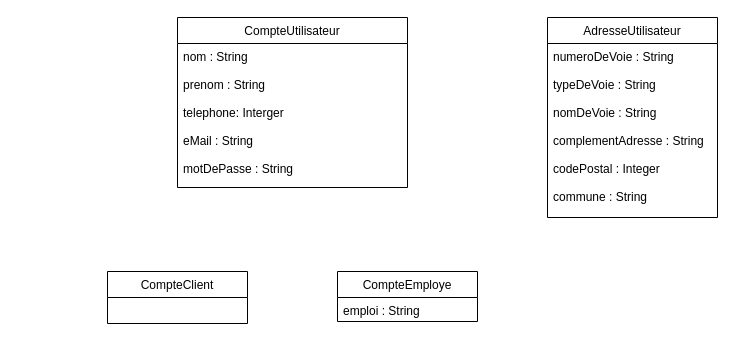
Above: Untitled Diagram TACHE 2.drawio in vinsbld/StechOcPizz (draw.io), before the change. Source tidied: cells renumbered, new cells numbered last; positions are measured from the earlier drawing's top-left corner, leaving out a move shared by most shapes. Both pictures are drawn from the tidied source at 100%, with x=0, y=0 at pixel (107, 17).
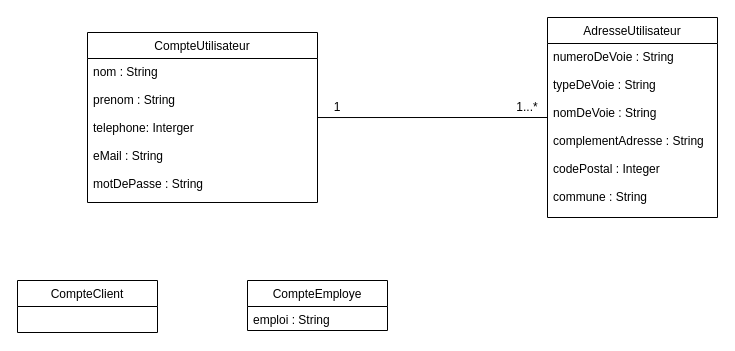
Above is the later version.

Diff of the diagram source:
```diff
@@
 <mxGraphModel>
   <root>
     <mxCell id="0" />
     <mxCell id="1" parent="0" />
     <mxCell id="2" value="CompteEmploye" style="swimlane;fontStyle=0;horizontal=1;startSize=26;fillColor=none;" parent="1" vertex="1">
-      <mxGeometry x="230" y="254" width="140" height="50" as="geometry" />
+      <mxGeometry x="140" y="263" width="140" height="50" as="geometry" />
     </mxCell>
     <mxCell id="3" value="emploi : String&#10;" style="text;strokeColor=none;fillColor=none;align=left;verticalAlign=top;spacingLeft=4;spacingRight=4;overflow=hidden;" parent="2" vertex="1">
       <mxGeometry y="26" width="140" height="24" as="geometry" />
     </mxCell>
     <mxCell id="4" value="CompteUtilisateur" style="swimlane;fontStyle=0;horizontal=1;startSize=26;fillColor=none;" parent="1" vertex="1">
-      <mxGeometry x="70" width="230" height="170" as="geometry" />
+      <mxGeometry x="-20" y="15" width="230" height="170" as="geometry" />
     </mxCell>
     <mxCell id="5" value="nom : String&#10;&#10;prenom : String&#10;&#10;telephone: Interger&#10;&#10;eMail : String&#10;&#10;motDePasse : String&#10;" style="text;strokeColor=none;fillColor=none;align=left;verticalAlign=top;spacingLeft=4;spacingRight=4;overflow=hidden;points=[[0,0.5],[1,0.5]];portConstraint=eastwest;" parent="4" vertex="1">
       <mxGeometry y="26" width="230" height="144" as="geometry" />
     </mxCell>
     <mxCell id="6" value="CompteClient" style="swimlane;fontStyle=0;horizontal=1;startSize=26;fillColor=none;" parent="1" vertex="1">
-      <mxGeometry y="254" width="140" height="52" as="geometry" />
+      <mxGeometry x="-90" y="263" width="140" height="52" as="geometry" />
     </mxCell>
     <mxCell id="7" value="AdresseUtilisateur" style="swimlane;fontStyle=0;horizontal=1;startSize=26;fillColor=none;" parent="1" vertex="1">
       <mxGeometry x="440" width="170" height="200" as="geometry" />
     </mxCell>
     <mxCell id="8" value="numeroDeVoie : String&#10;&#10;typeDeVoie : String&#10;&#10;nomDeVoie : String&#10;&#10;complementAdresse : String&#10;&#10;codePostal : Integer&#10;&#10;commune : String&#10;&#10;&#10;&#10;" style="text;strokeColor=none;fillColor=none;align=left;verticalAlign=top;spacingLeft=4;spacingRight=4;overflow=hidden;" parent="7" vertex="1">
       <mxGeometry y="26" width="170" height="174" as="geometry" />
     </mxCell>
+    <mxCell id="9" style="edgeStyle=none;rounded=0;jettySize=auto;html=1;entryX=0;entryY=0.5;entryDx=0;entryDy=0;endArrow=none;endFill=0;exitX=1;exitY=0.41;exitDx=0;exitDy=0;exitPerimeter=0;" parent="1" edge="1" source="5" target="7">
+      <mxGeometry relative="1" as="geometry" />
+    </mxCell>
+    <mxCell id="10" value="1" style="text;html=1;strokeColor=none;fillColor=none;align=center;verticalAlign=middle;whiteSpace=wrap;rounded=0;" parent="1" vertex="1">
+      <mxGeometry x="210" y="80" width="40" height="20" as="geometry" />
+    </mxCell>
+    <mxCell id="11" value="1...*" style="text;html=1;strokeColor=none;fillColor=none;align=center;verticalAlign=middle;whiteSpace=wrap;rounded=0;" parent="1" vertex="1">
+      <mxGeometry x="400" y="80" width="40" height="20" as="geometry" />
+    </mxCell>
   </root>
 </mxGraphModel>
```
